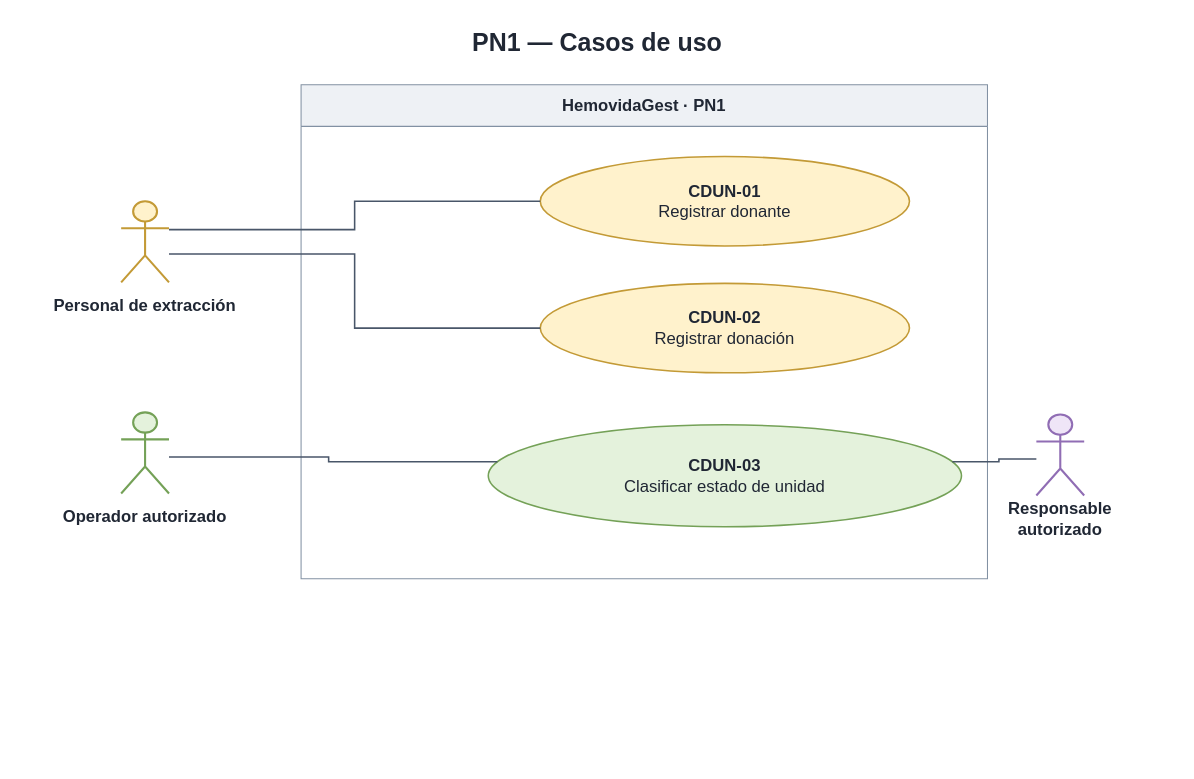
The draw.io diagram Diagramas/Secuencia de Roles/PN1_DiagramaCasosDeUso.drawio in juanNH/Ingenieria-de-Software, before the edit. Source tidied: cells renumbered, new cells numbered last; positions are measured from the earlier drawing's top-left corner, leaving out a move shared by most shapes. Both pictures are drawn from the tidied source at 104%, with x=0, y=0 at pixel (18, 18).
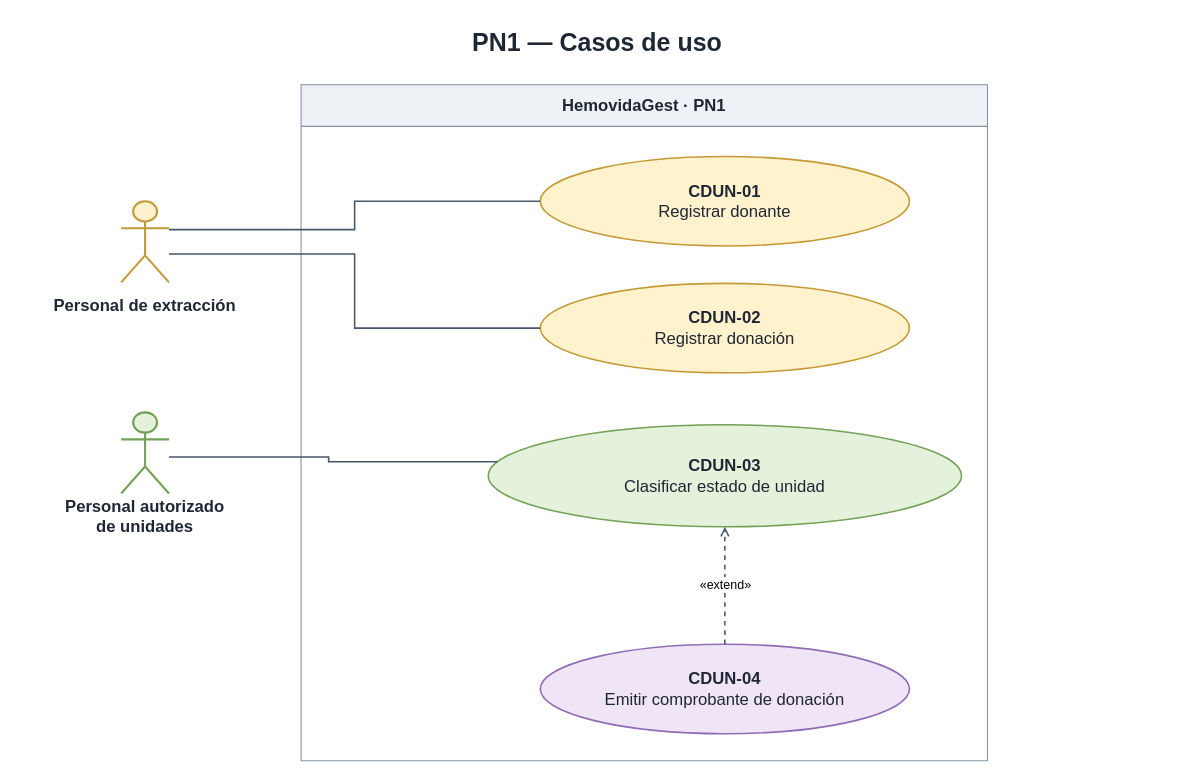
After the change.

What changed in the source:
```diff
@@
 <mxGraphModel>
   <root>
     <mxCell id="0" />
     <mxCell id="1" parent="0" />
     <mxCell id="2" value="PN1 — Casos de uso" style="html=1;whiteSpace=wrap;fontFamily=Arial;fontSize=16;fontColor=#202734;text;strokeColor=none;fillColor=none;align=center;verticalAlign=middle;fontSize=24;fontStyle=1;" parent="1" vertex="1">
       <mxGeometry width="1114" height="48" as="geometry" />
     </mxCell>
     <mxCell id="3" value="&lt;b&gt;HemovidaGest · PN1&lt;/b&gt;" style="swimlane;horizontal=1;startSize=40;fillColor=#eef1f5;swimlaneFillColor=#ffffff;strokeColor=#8291a3;html=1;whiteSpace=wrap;fontFamily=Arial;fontSize=16;fontColor=#202734;" parent="1" vertex="1">
-      <mxGeometry x="272" y="64" width="660" height="475" as="geometry" />
+      <mxGeometry x="272" y="64" width="660" height="650" as="geometry" />
     </mxCell>
     <mxCell id="4" value="&lt;b&gt;CDUN-01&lt;/b&gt;&lt;br&gt;Registrar donante" style="html=1;whiteSpace=wrap;fontFamily=Arial;fontSize=16;fontColor=#202734;rounded=1;arcSize=14;strokeWidth=1.5;align=center;verticalAlign=middle;fillColor=#fff2cc;strokeColor=#c39a36;ellipse;perimeter=ellipsePerimeter;rounded=0;" parent="1" vertex="1">
       <mxGeometry x="502" y="133" width="355" height="86" as="geometry" />
     </mxCell>
     <mxCell id="5" value="&lt;b&gt;CDUN-02&lt;/b&gt;&lt;br&gt;Registrar donación" style="html=1;whiteSpace=wrap;fontFamily=Arial;fontSize=16;fontColor=#202734;rounded=1;arcSize=14;strokeWidth=1.5;align=center;verticalAlign=middle;fillColor=#fff2cc;strokeColor=#c39a36;ellipse;perimeter=ellipsePerimeter;rounded=0;" parent="1" vertex="1">
       <mxGeometry x="502" y="255" width="355" height="86" as="geometry" />
     </mxCell>
     <mxCell id="6" value="&lt;b&gt;CDUN-03&lt;/b&gt;&lt;br&gt;Clasificar estado de unidad" style="html=1;whiteSpace=wrap;fontFamily=Arial;fontSize=16;fontColor=#202734;rounded=1;arcSize=14;strokeWidth=1.5;align=center;verticalAlign=middle;fillColor=#e4f2dc;strokeColor=#74a157;ellipse;perimeter=ellipsePerimeter;rounded=0;" parent="1" vertex="1">
       <mxGeometry x="452" y="391" width="455" height="98" as="geometry" />
     </mxCell>
+    <mxCell id="17" value="&lt;b&gt;CDUN-04&lt;/b&gt;&lt;br&gt;Emitir comprobante de donación" style="html=1;whiteSpace=wrap;fontFamily=Arial;fontSize=16;fontColor=#202734;rounded=1;arcSize=14;strokeWidth=1.5;align=center;verticalAlign=middle;fillColor=#efe5f7;strokeColor=#906db4;ellipse;perimeter=ellipsePerimeter;rounded=0;" parent="1" vertex="1">
+      <mxGeometry x="502" y="602" width="355" height="86" as="geometry" />
+    </mxCell>
+    <mxCell id="18" value="«extend»" style="html=1;edgeStyle=orthogonalEdgeStyle;rounded=0;dashed=1;endArrow=open;endFill=0;strokeColor=#495669;strokeWidth=1.5;fontFamily=Arial;fontSize=12;labelBackgroundColor=#ffffff;exitX=0.5;exitY=0;entryX=0.5;entryY=1;" parent="1" edge="1" source="17" target="6">
+      <mxGeometry relative="1" as="geometry" />
+    </mxCell>
     <mxCell id="7" style="shape=umlActor;html=1;strokeWidth=2;fillColor=#fff2cc;strokeColor=#c39a36;" parent="1" vertex="1">
       <mxGeometry x="99" y="176" width="46" height="78" as="geometry" />
     </mxCell>
     <mxCell id="8" value="&lt;b&gt;Personal de extracción&lt;/b&gt;" style="html=1;whiteSpace=wrap;fontFamily=Arial;fontSize=16;fontColor=#202734;text;strokeColor=none;fillColor=none;align=center;verticalAlign=middle;" parent="1" vertex="1">
       <mxGeometry x="12" y="256" width="220" height="40" as="geometry" />
     </mxCell>
     <mxCell id="9" style="shape=umlActor;html=1;strokeWidth=2;fillColor=#e4f2dc;strokeColor=#74a157;" parent="1" vertex="1">
       <mxGeometry x="99" y="379" width="46" height="78" as="geometry" />
     </mxCell>
-    <mxCell id="10" value="&lt;b&gt;Operador autorizado&lt;/b&gt;" style="html=1;whiteSpace=wrap;fontFamily=Arial;fontSize=16;fontColor=#202734;text;strokeColor=none;fillColor=none;align=center;verticalAlign=middle;" parent="1" vertex="1">
+    <mxCell id="10" value="&lt;b&gt;Personal autorizado&lt;br&gt;de unidades&lt;/b&gt;" style="html=1;whiteSpace=wrap;fontFamily=Arial;fontSize=16;fontColor=#202734;text;strokeColor=none;fillColor=none;align=center;verticalAlign=middle;" parent="1" vertex="1">
       <mxGeometry x="12" y="459" width="220" height="40" as="geometry" />
     </mxCell>
-    <mxCell id="11" style="shape=umlActor;html=1;strokeWidth=2;fillColor=#efe5f7;strokeColor=#906db4;" parent="1" vertex="1">
-      <mxGeometry x="979" y="381" width="46" height="78" as="geometry" />
-    </mxCell>
-    <mxCell id="12" value="&lt;b&gt;Responsable autorizado&lt;/b&gt;" style="html=1;whiteSpace=wrap;fontFamily=Arial;fontSize=16;fontColor=#202734;text;strokeColor=none;fillColor=none;align=center;verticalAlign=middle;" parent="1" vertex="1">
-      <mxGeometry x="910" y="461" width="184" height="40" as="geometry" />
-    </mxCell>
     <mxCell id="13" style="html=1;whiteSpace=wrap;fontFamily=Arial;fontSize=16;fontColor=#202734;edgeStyle=orthogonalEdgeStyle;rounded=0;endArrow=block;endFill=1;strokeColor=#495669;strokeWidth=1.5;fontSize=14;labelBackgroundColor=#ffffff;endArrow=none;exitX=1;exitY=0.35;entryX=0;entryY=0.5;" parent="1" edge="1" source="7" target="4">
       <mxGeometry relative="1" as="geometry" />
     </mxCell>
     <mxCell id="14" style="html=1;whiteSpace=wrap;fontFamily=Arial;fontSize=16;fontColor=#202734;edgeStyle=orthogonalEdgeStyle;rounded=0;endArrow=block;endFill=1;strokeColor=#495669;strokeWidth=1.5;fontSize=14;labelBackgroundColor=#ffffff;endArrow=none;exitX=1;exitY=0.65;entryX=0;entryY=0.5;" parent="1" edge="1" source="7" target="5">
       <mxGeometry relative="1" as="geometry" />
     </mxCell>
     <mxCell id="15" style="html=1;whiteSpace=wrap;fontFamily=Arial;fontSize=16;fontColor=#202734;edgeStyle=orthogonalEdgeStyle;rounded=0;endArrow=block;endFill=1;strokeColor=#495669;strokeWidth=1.5;fontSize=14;labelBackgroundColor=#ffffff;endArrow=none;exitX=1;exitY=0.55;entryX=0;entryY=0.35;" parent="1" edge="1" source="9" target="6">
       <mxGeometry relative="1" as="geometry" />
     </mxCell>
-    <mxCell id="16" style="html=1;whiteSpace=wrap;fontFamily=Arial;fontSize=16;fontColor=#202734;edgeStyle=orthogonalEdgeStyle;rounded=0;endArrow=block;endFill=1;strokeColor=#495669;strokeWidth=1.5;fontSize=14;labelBackgroundColor=#ffffff;endArrow=none;exitX=0;exitY=0.55;entryX=1;entryY=0.35;" parent="1" edge="1" source="11" target="6">
-      <mxGeometry relative="1" as="geometry" />
-    </mxCell>
   </root>
 </mxGraphModel>
```
